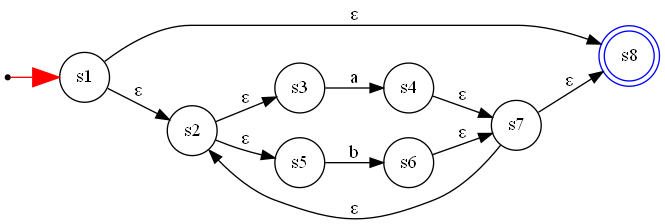
This is Images/nfa.gv.png from Ashutosh-Patel028/Compiler-Design-Lab, a Graphviz export, as it was before one commit. Its source is kept beside it as Images/nfa.gv.
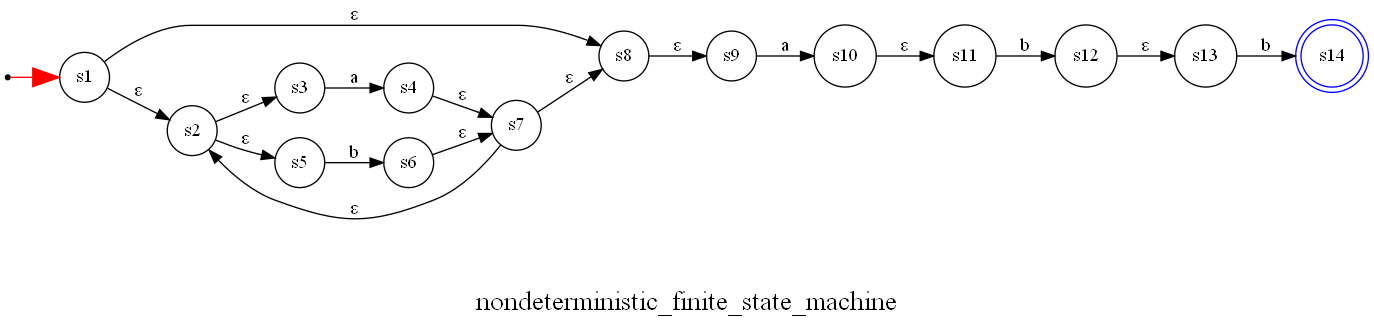
After the change.

Change to the diagram source:
```diff
@@ -1,8 +1,11 @@
 digraph nondeterministic_finite_state_machine {
 	rankdir=LR
 	node [color=blue shape=doublecircle]
-	s8
+	s14
 	node [color=black shape=circle]
+	s12 -> s13 [label="ε"]
+	s10 -> s11 [label="ε"]
+	s8 -> s9 [label="ε"]
 	s1 -> s2 [label="ε"]
 	s1 -> s8 [label="ε"]
 	s7 -> s8 [label="ε"]
@@ -13,6 +16,11 @@
 	s6 -> s7 [label="ε"]
 	s3 -> s4 [label=a]
 	s5 -> s6 [label=b]
+	s9 -> s10 [label=a]
+	s11 -> s12 [label=b]
+	s13 -> s14 [label=b]
 	node [shape=point]
 	"" -> s1 [arrowsize=2 color=red]
+	label="\n\nnondeterministic_finite_state_machine"
+	fontsize=20
 }
```
